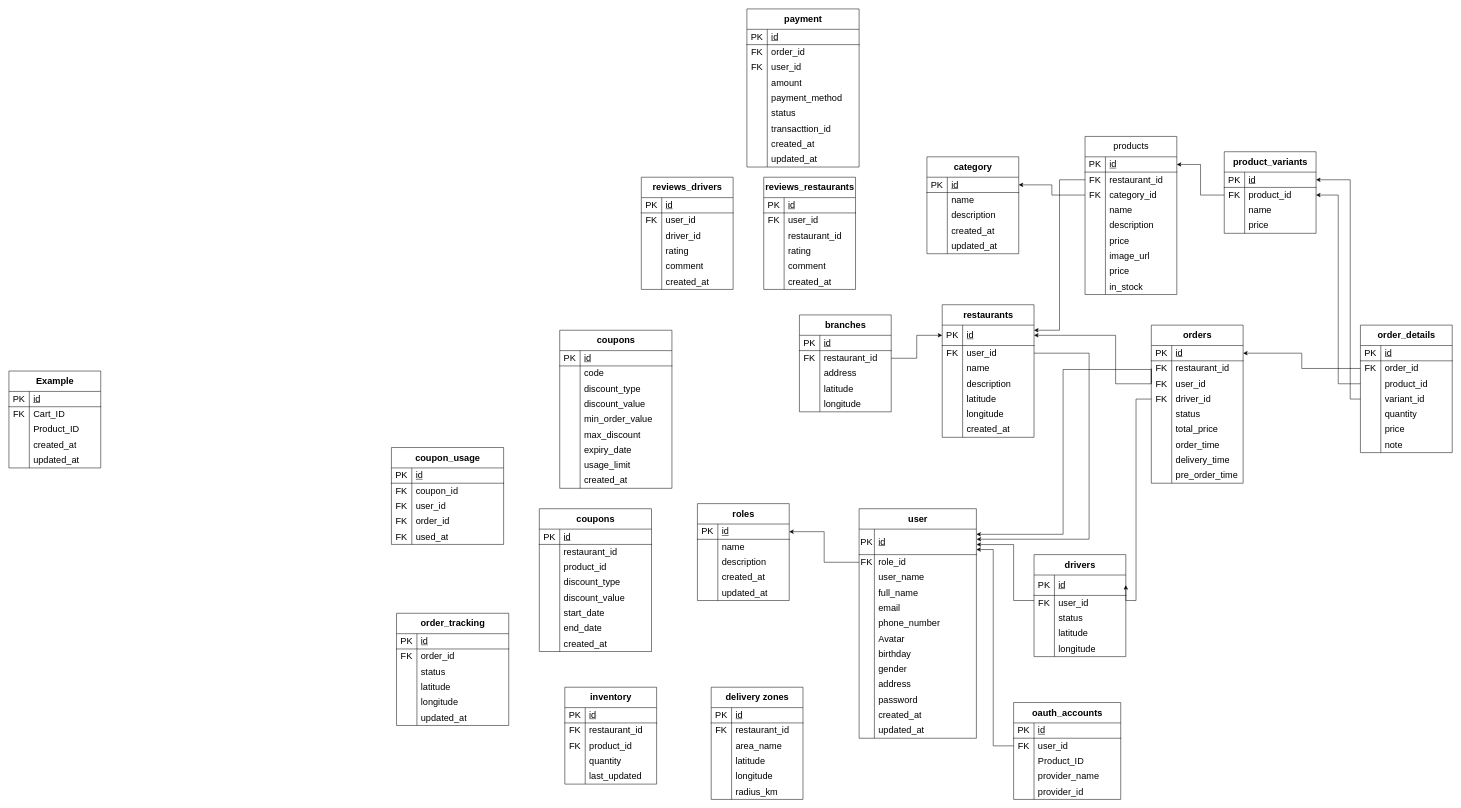
Before: DATN.drawio in ntuananhdevs/DATN-DevFoods, a draw.io diagram. Source tidied: cells renumbered, new cells numbered last; positions are measured from the earlier drawing's top-left corner, leaving out a move shared by most shapes. Both pictures are drawn from the tidied source at 51%, with x=0, y=0 at pixel (9, 9).
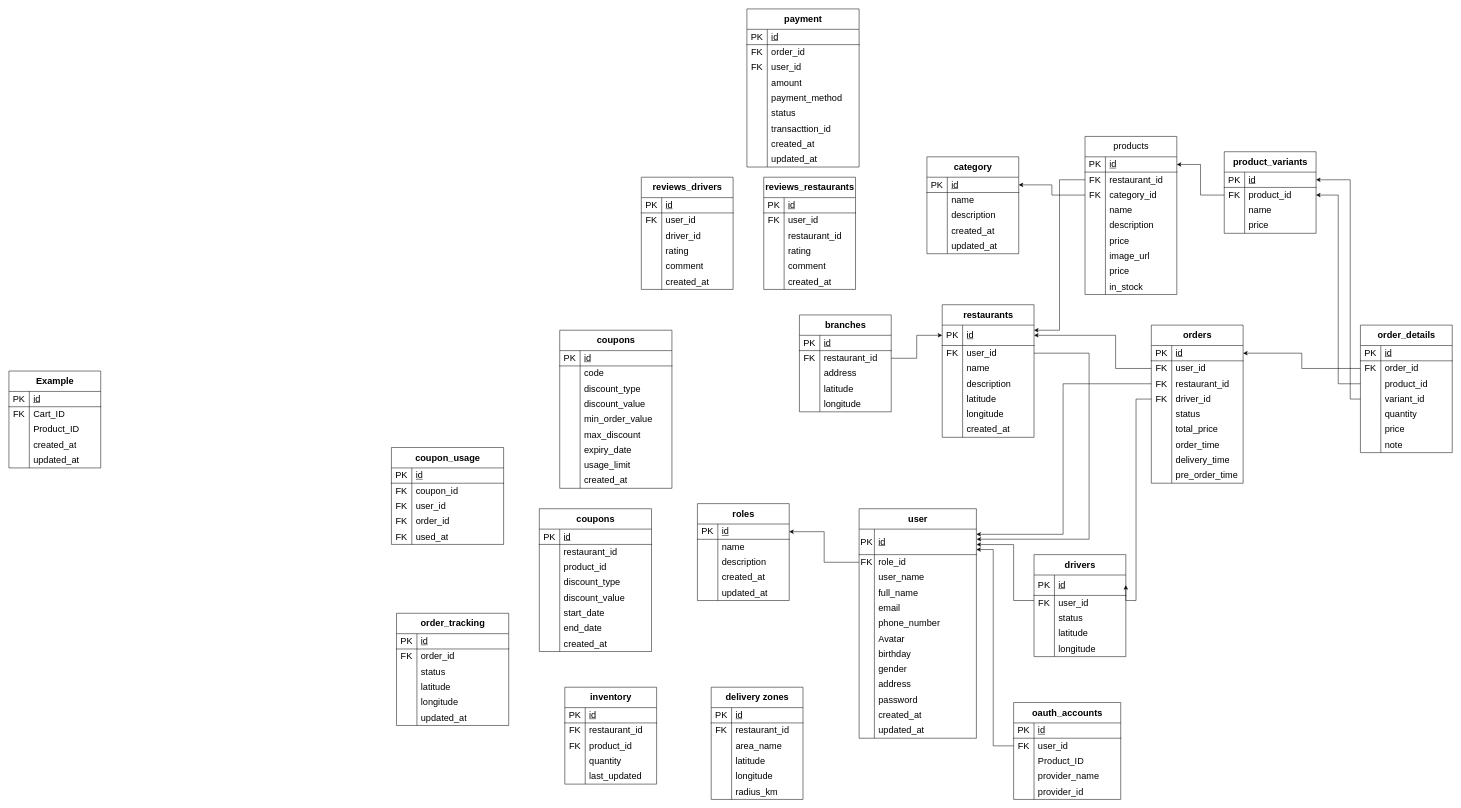
The same page after the edit.

Commit message (it also covers changes not shown here):
Cập nhật DATN.drawio

Unchanged cells that the change refers to:
```xml
<mxCell id="6" style="shape=tableRow;horizontal=0;startSize=0;swimlaneHead=0;swimlaneBody=0;fillColor=none;points=[[0,0.5],[1,0.5]];portConstraint=eastwest;top=0;left=0;right=0;bottom=0;fontStyle=0;strokeWidth=1;fontSize=18;" parent="2" vertex="1">
  <mxGeometry y="70" width="180" height="30" as="geometry" />
</mxCell>
<mxCell id="9" style="shape=tableRow;horizontal=0;startSize=0;swimlaneHead=0;swimlaneBody=0;fillColor=none;points=[[0,0.5],[1,0.5]];portConstraint=eastwest;top=0;left=0;right=0;bottom=0;fontStyle=0;strokeWidth=1;fontSize=18;" parent="2" vertex="1">
  <mxGeometry y="100" width="180" height="30" as="geometry" />
</mxCell>
<mxCell id="31" style="shape=tableRow;horizontal=0;startSize=0;swimlaneHead=0;swimlaneBody=0;fillColor=none;points=[[0,0.5],[1,0.5]];portConstraint=eastwest;top=0;left=0;right=0;bottom=1;fontStyle=0;strokeWidth=1;fontSize=18;" parent="30" vertex="1">
  <mxGeometry y="40" width="230" height="50" as="geometry" />
</mxCell>
<mxCell id="105" style="shape=tableRow;horizontal=0;startSize=0;swimlaneHead=0;swimlaneBody=0;fillColor=none;points=[[0,0.5],[1,0.5]];portConstraint=eastwest;top=0;left=0;right=0;bottom=1;fontStyle=0;strokeWidth=1;fontSize=18;" parent="104" vertex="1">
  <mxGeometry y="40" width="180" height="40" as="geometry" />
</mxCell>
```

Change to the diagram source:
```diff
@@
-    <mxCell id="8" value="restaurant_id" style="shape=partialRectangle;fillColor=none;top=0;left=0;bottom=0;right=0;align=left;spacingLeft=6;overflow=hidden;whiteSpace=wrap;html=1;fontStyle=0;strokeWidth=1;fontSize=18;" parent="6" vertex="1">
+    <mxCell id="8" value="user_id" style="shape=partialRectangle;fillColor=none;top=0;left=0;bottom=0;right=0;align=left;spacingLeft=6;overflow=hidden;whiteSpace=wrap;html=1;fontStyle=0;strokeWidth=1;fontSize=18;" parent="6" vertex="1">
       <mxGeometry x="40" width="140" height="30" as="geometry" />
     </mxCell>
@@
-    <mxCell id="11" value="user_id" style="shape=partialRectangle;fillColor=none;top=0;left=0;bottom=0;right=0;align=left;spacingLeft=6;overflow=hidden;whiteSpace=wrap;html=1;fontStyle=0;strokeWidth=1;fontSize=18;" parent="9" vertex="1">
+    <mxCell id="11" value="restaurant_id" style="shape=partialRectangle;fillColor=none;top=0;left=0;bottom=0;right=0;align=left;spacingLeft=6;overflow=hidden;whiteSpace=wrap;html=1;fontStyle=0;strokeWidth=1;fontSize=18;" parent="9" vertex="1">
       <mxGeometry x="40" width="140" height="30" as="geometry" />
     </mxCell>
@@
     <mxCell id="260" style="edgeStyle=orthogonalEdgeStyle;rounded=0;jettySize=auto;html=1;entryX=1;entryY=0.5;entryDx=0;entryDy=0;exitX=0;exitY=0.5;exitDx=0;exitDy=0;" parent="1" edge="1" source="6" target="105">
       <mxGeometry relative="1" as="geometry">
         <Array as="points">
-          <mxPoint x="2170" y="735" />
+          <mxPoint x="2170" y="705" />
           <mxPoint x="2170" y="640" />
         </Array>
       </mxGeometry>
     </mxCell>
     <mxCell id="261" style="edgeStyle=orthogonalEdgeStyle;rounded=0;jettySize=auto;html=1;exitX=0;exitY=0.5;exitDx=0;exitDy=0;entryX=1;entryY=0.204;entryDx=0;entryDy=0;entryPerimeter=0;" parent="1" edge="1" source="9" target="31">
       <mxGeometry relative="1" as="geometry">
         <Array as="points">
-          <mxPoint x="2240" y="707" />
-          <mxPoint x="2067" y="707" />
+          <mxPoint x="2067" y="735" />
           <mxPoint x="2067" y="1030" />
         </Array>
       </mxGeometry>
     </mxCell>
```
